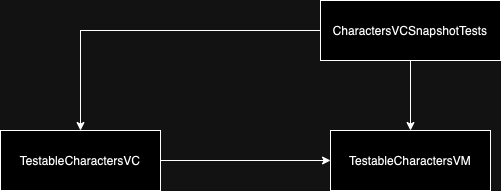
This is MarvelSampleTests/Tests/Character/CharactersVCSnapshotTests.drawio.png from hiren9697/MavelSample, a draw.io export, as it was before one commit. Source tidied: cells renumbered, new cells last; positions are measured from the earlier drawing's top-left corner, leaving out a move shared by most shapes.
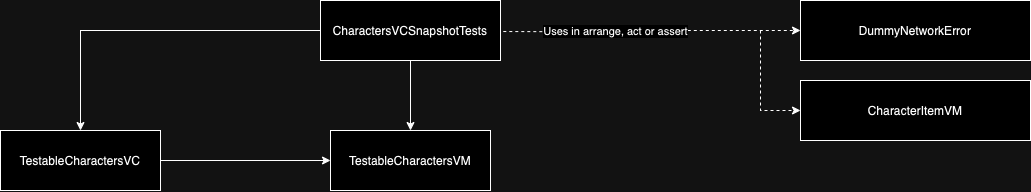
The same file after the commit.

What changed in the source:
```diff
@@ -2,6 +2,28 @@
   <root>
     <mxCell id="0" />
     <mxCell id="1" parent="0" />
+    <mxCell id="8" style="edgeStyle=orthogonalEdgeStyle;rounded=0;jettySize=auto;html=1;entryX=0;entryY=0.5;entryDx=0;entryDy=0;dashed=1;exitX=1.02;exitY=0.184;exitDx=0;exitDy=0;exitPerimeter=0;" parent="1" edge="1" target="10">
+      <mxGeometry relative="1" as="geometry">
+        <mxPoint x="502.8" y="31" as="sourcePoint" />
+      </mxGeometry>
+    </mxCell>
+    <mxCell id="9" value="Uses in arrange, act or assert" style="edgeLabel;html=1;align=center;verticalAlign=middle;" parent="8" vertex="1">
+      <mxGeometry x="-0.25" y="1" relative="1" as="geometry" />
+    </mxCell>
+    <mxCell id="10" value="DummyNetworkError" style="rounded=0;whiteSpace=wrap;html=1;" parent="1" vertex="1">
+      <mxGeometry x="800" width="230" height="60" as="geometry" />
+    </mxCell>
+    <mxCell id="11" value="CharacterItemVM" style="rounded=0;whiteSpace=wrap;html=1;" parent="1" vertex="1">
+      <mxGeometry x="800" y="80" width="230" height="60" as="geometry" />
+    </mxCell>
+    <mxCell id="12" style="endArrow=classic;html=1;rounded=0;entryX=0;entryY=0.5;entryDx=0;entryDy=0;dashed=1;" parent="1" edge="1" target="11">
+      <mxGeometry relative="1" as="geometry">
+        <mxPoint x="760" y="30" as="sourcePoint" />
+        <Array as="points">
+          <mxPoint x="760" y="110" />
+        </Array>
+      </mxGeometry>
+    </mxCell>
     <mxCell id="2" style="edgeStyle=orthogonalEdgeStyle;rounded=0;jettySize=auto;html=1;entryX=0.5;entryY=0;entryDx=0;entryDy=0;" parent="1" edge="1" source="4" target="5">
       <mxGeometry relative="1" as="geometry" />
     </mxCell>
```
